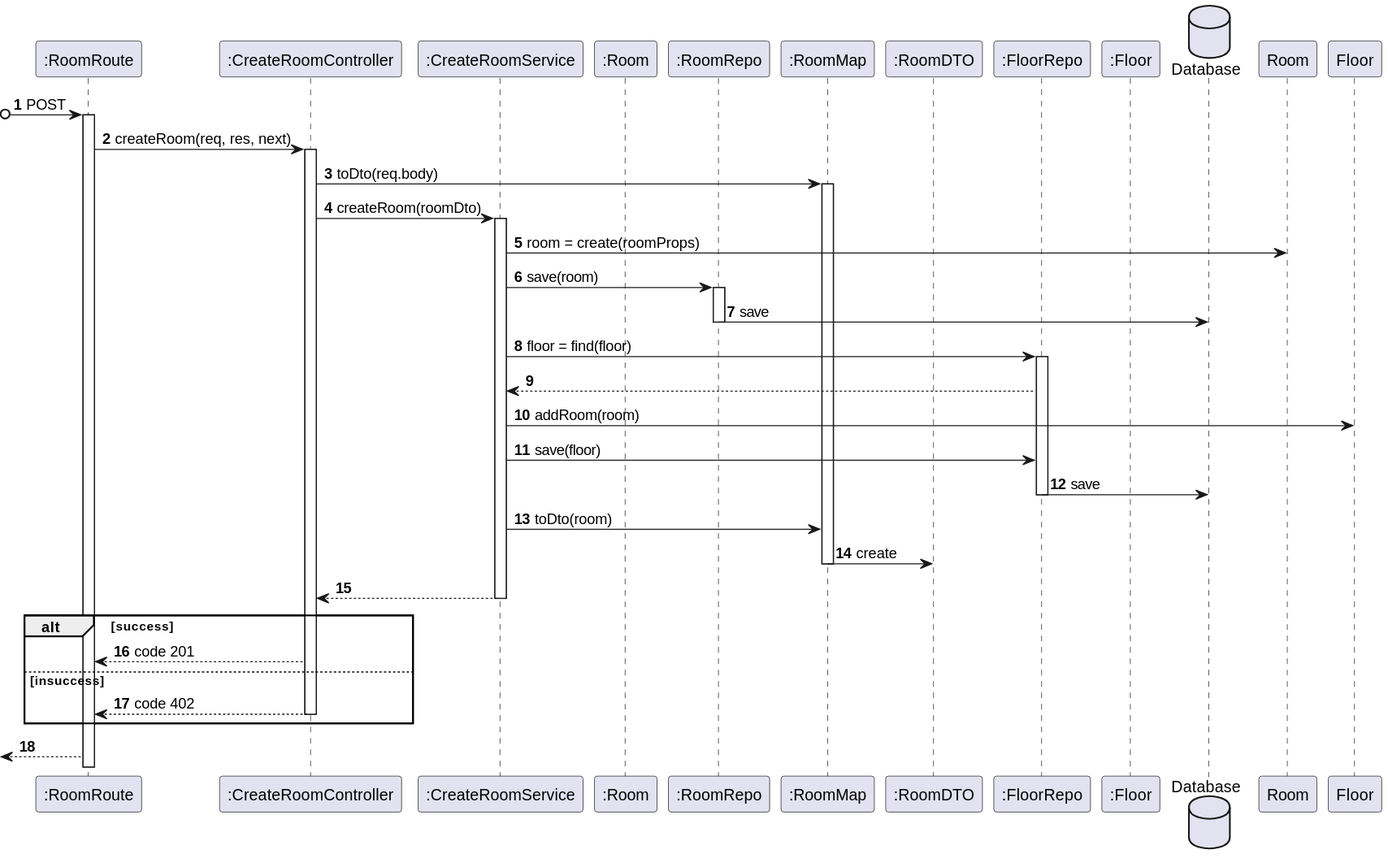
Before: docs/US_310/Diagrams/Level3/SequenceDiagramLevel3.svg, a diagram exported from PlantUML (Pedro-Pereira1/sem5pi_23_24_g056). Source of this version:
```plantuml
@startuml

autonumber

participant ":RoomRoute" as Route
participant ":CreateRoomController" as Controller
participant ":CreateRoomService" as Service
participant ":Room"
participant ":RoomRepo" as Repo
participant ":RoomMap" as Map
participant ":RoomDTO" as DTO
participant ":FloorRepo" as FloorRepo
participant ":Floor"
database Database

?o->Route: POST
activate Route

Route -> Controller: createRoom(req, res, next)
activate Controller

Controller -> Map: toDto(req.body)
activate Map

Controller -> Service: createRoom(roomDto)
activate Service


Service -> Room: room = create(roomProps)

Service -> Repo: save(room)
activate Repo

Repo -> Database: save
deactivate Repo

Service -> FloorRepo: floor = find(floor)
activate FloorRepo
Service <-- FloorRepo
Service -> Floor: addRoom(room)
Service -> FloorRepo: save(floor)

FloorRepo-> Database: save
deactivate FloorRepo

Service -> Map:toDto(room)

Map -> DTO: create
deactivate Map

Service --> Controller:
deactivate Service

alt success
Controller --> Route: code 201
else insuccess
Controller --> Route: code 402
deactivate Controller
end alt
<--Route:



@enduml
```
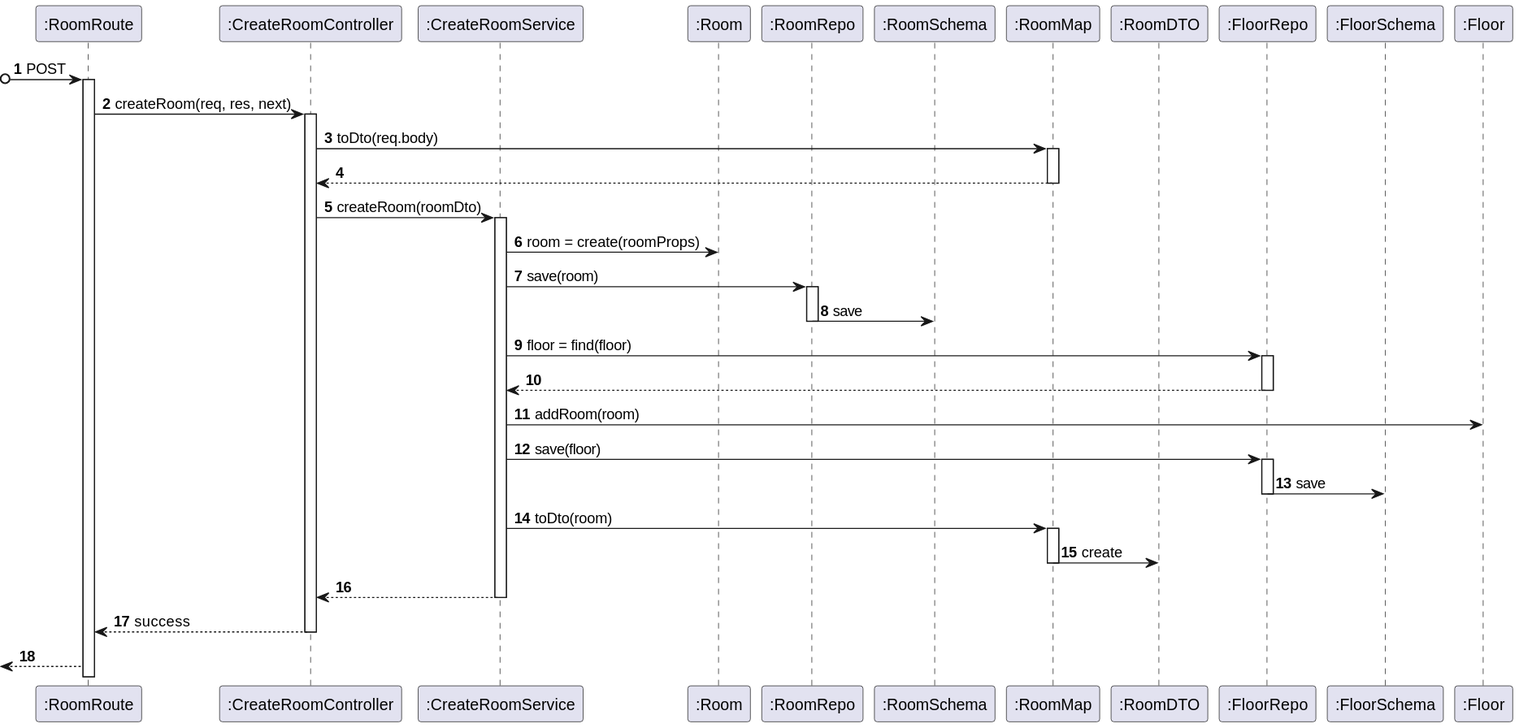
After the commit.

Commit message:
Corrected process view level 3 and added physical view level 2, regarding US280

What changed in the source:
```diff
@@ -5,13 +5,14 @@
 participant ":RoomRoute" as Route
 participant ":CreateRoomController" as Controller
 participant ":CreateRoomService" as Service
-participant ":Room"
+participant ":Room" as Room
 participant ":RoomRepo" as Repo
+participant ":RoomSchema" as Schema
 participant ":RoomMap" as Map
 participant ":RoomDTO" as DTO
 participant ":FloorRepo" as FloorRepo
-participant ":Floor"
-database Database
+participant ":FloorSchema" as FloorSchema
+participant ":Floor" as Floor
 
 ?o->Route: POST
 activate Route
@@ -21,6 +22,8 @@
 
 Controller -> Map: toDto(req.body)
 activate Map
+Controller <-- Map
+deactivate Map
 
 Controller -> Service: createRoom(roomDto)
 activate Service
@@ -31,32 +34,33 @@
 Service -> Repo: save(room)
 activate Repo
 
-Repo -> Database: save
+Repo -> Schema: save
 deactivate Repo
 
 Service -> FloorRepo: floor = find(floor)
 activate FloorRepo
 Service <-- FloorRepo
+deactivate FloorRepo
+
 Service -> Floor: addRoom(room)
+
 Service -> FloorRepo: save(floor)
+activate FloorRepo
 
-FloorRepo-> Database: save
+FloorRepo-> FloorSchema: save
 deactivate FloorRepo
 
 Service -> Map:toDto(room)
-
+activate Map
 Map -> DTO: create
 deactivate Map
 
 Service --> Controller:
 deactivate Service
 
-alt success
-Controller --> Route: code 201
-else insuccess
-Controller --> Route: code 402
+Controller --> Route: success
 deactivate Controller
-end alt
+
 <--Route:
 
 
```
